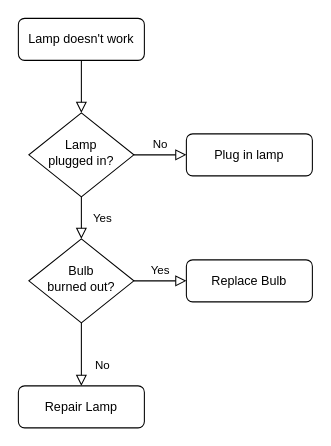
Earlier version of the draw.io diagram Untitled Diagram.drawio (Chxshire22/FoundationsOfProg). Source tidied: cells renumbered, new cells numbered last; positions are measured from the earlier drawing's top-left corner, leaving out a move shared by most shapes. Both pictures are drawn from the tidied source at 105%, with x=0, y=0 at pixel (18, 18).
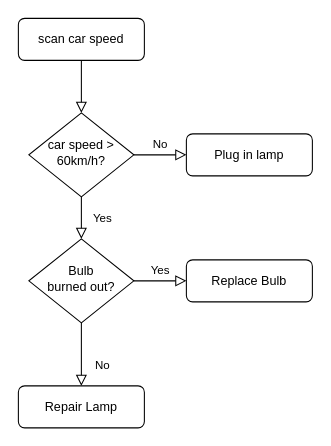
After the change.

Change to the diagram source:
```diff
@@
 <mxGraphModel>
   <root>
     <mxCell id="0" />
     <mxCell id="1" parent="0" />
     <mxCell id="2" style="rounded=0;html=1;jettySize=auto;fontSize=11;endArrow=block;endFill=0;endSize=8;strokeWidth=1;shadow=0;labelBackgroundColor=none;edgeStyle=orthogonalEdgeStyle;" parent="1" edge="1" source="3" target="6">
       <mxGeometry relative="1" as="geometry" />
     </mxCell>
-    <mxCell id="3" value="Lamp doesn't work" style="rounded=1;whiteSpace=wrap;html=1;fontSize=12;glass=0;strokeWidth=1;shadow=0;" parent="1" vertex="1">
+    <mxCell id="3" value="scan car speed" style="rounded=1;whiteSpace=wrap;html=1;fontSize=12;glass=0;strokeWidth=1;shadow=0;" parent="1" vertex="1">
       <mxGeometry width="120" height="40" as="geometry" />
     </mxCell>
     <mxCell id="4" value="Yes" style="rounded=0;html=1;jettySize=auto;fontSize=11;endArrow=block;endFill=0;endSize=8;strokeWidth=1;shadow=0;labelBackgroundColor=none;edgeStyle=orthogonalEdgeStyle;" parent="1" edge="1" source="6" target="10">
       <mxGeometry y="20" relative="1" as="geometry" />
     </mxCell>
     <mxCell id="5" value="No" style="edgeStyle=orthogonalEdgeStyle;rounded=0;html=1;jettySize=auto;fontSize=11;endArrow=block;endFill=0;endSize=8;strokeWidth=1;shadow=0;labelBackgroundColor=none;" parent="1" edge="1" source="6" target="7">
       <mxGeometry y="10" relative="1" as="geometry" />
     </mxCell>
-    <mxCell id="6" value="Lamp&lt;br&gt;plugged in?" style="rhombus;whiteSpace=wrap;html=1;shadow=0;fontFamily=Helvetica;fontSize=12;align=center;strokeWidth=1;spacing=6;spacingTop=-4;" parent="1" vertex="1">
+    <mxCell id="6" value="car speed &amp;gt; 60km/h?" style="rhombus;whiteSpace=wrap;html=1;shadow=0;fontFamily=Helvetica;fontSize=12;align=center;strokeWidth=1;spacing=6;spacingTop=-4;" parent="1" vertex="1">
       <mxGeometry x="10" y="90" width="100" height="80" as="geometry" />
     </mxCell>
     <mxCell id="7" value="Plug in lamp" style="rounded=1;whiteSpace=wrap;html=1;fontSize=12;glass=0;strokeWidth=1;shadow=0;" parent="1" vertex="1">
       <mxGeometry x="160" y="110" width="120" height="40" as="geometry" />
     </mxCell>
     <mxCell id="8" value="No" style="rounded=0;html=1;jettySize=auto;fontSize=11;endArrow=block;endFill=0;endSize=8;strokeWidth=1;shadow=0;labelBackgroundColor=none;edgeStyle=orthogonalEdgeStyle;" parent="1" edge="1" source="10" target="11">
       <mxGeometry x="0.33" y="20" relative="1" as="geometry" />
     </mxCell>
     <mxCell id="9" value="Yes" style="edgeStyle=orthogonalEdgeStyle;rounded=0;html=1;jettySize=auto;fontSize=11;endArrow=block;endFill=0;endSize=8;strokeWidth=1;shadow=0;labelBackgroundColor=none;" parent="1" edge="1" source="10" target="12">
       <mxGeometry y="10" relative="1" as="geometry" />
     </mxCell>
     <mxCell id="10" value="Bulb&lt;br&gt;burned out?" style="rhombus;whiteSpace=wrap;html=1;shadow=0;fontFamily=Helvetica;fontSize=12;align=center;strokeWidth=1;spacing=6;spacingTop=-4;" parent="1" vertex="1">
       <mxGeometry x="10" y="210" width="100" height="80" as="geometry" />
     </mxCell>
     <mxCell id="11" value="Repair Lamp" style="rounded=1;whiteSpace=wrap;html=1;fontSize=12;glass=0;strokeWidth=1;shadow=0;" parent="1" vertex="1">
       <mxGeometry y="350" width="120" height="40" as="geometry" />
     </mxCell>
     <mxCell id="12" value="Replace Bulb" style="rounded=1;whiteSpace=wrap;html=1;fontSize=12;glass=0;strokeWidth=1;shadow=0;" parent="1" vertex="1">
       <mxGeometry x="160" y="230" width="120" height="40" as="geometry" />
     </mxCell>
   </root>
 </mxGraphModel>
```
